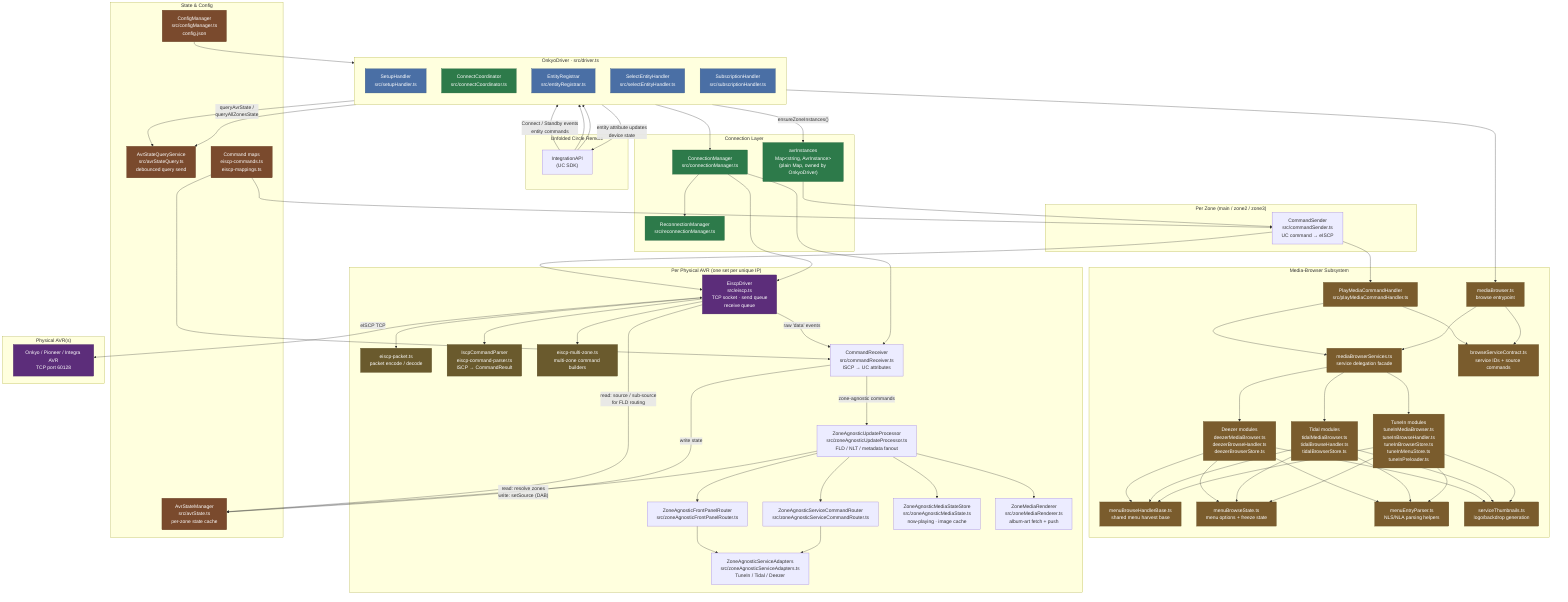
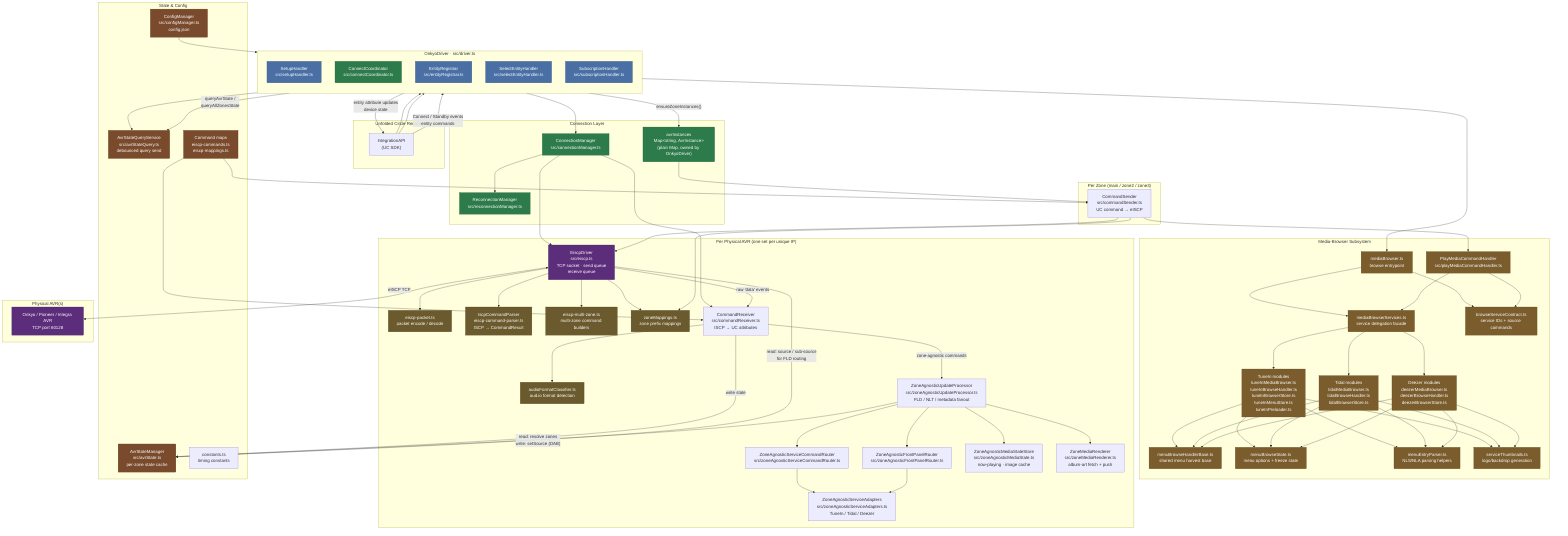
graph TB
    subgraph UC["Unfolded Circle Remote"]
        UCAPI["IntegrationAPI\n(UC SDK)"]
    end

    subgraph Driver["OnkyoDriver  ·  src/driver.ts"]
        direction TB
        SetupH["SetupHandler\nsrc/setupHandler.ts"]
        CC["ConnectCoordinator\nsrc/connectCoordinator.ts"]
        ER["EntityRegistrar\nsrc/entityRegistrar.ts"]
        SEH["SelectEntityHandler\nsrc/selectEntityHandler.ts"]
        SubH["SubscriptionHandler\nsrc/subscriptionHandler.ts"]
    end

    subgraph MediaBrowse["Media-Browser Subsystem"]
        MB["mediaBrowser.ts\nbrowse entrypoint"]
        MBSVC["mediaBrowserServices.ts\nservice delegation facade"]
        BSC["browseServiceContract.ts\nservice IDs + source commands"]
        PMCH["PlayMediaCommandHandler\nsrc/playMediaCommandHandler.ts"]
        MBASE["menuBrowseHandlerBase.ts\nshared menu harvest base"]
        MBSTATE["menuBrowseState.ts\nmenu options + freeze state"]
        MEP["menuEntryParser.ts\nNLS/NLA parsing helpers"]
        THUMB["serviceThumbnails.ts\nlogo/backdrop generation"]
        TIN["TuneIn modules\ntuneInMediaBrowser.ts\ntuneInBrowseHandler.ts\ntuneInBrowserStore.ts\ntuneInMenuStore.ts\ntuneInPreloader.ts"]
        TID["Tidal modules\ntidalMediaBrowser.ts\ntidalBrowseHandler.ts\ntidalBrowserStore.ts"]
        DEE["Deezer modules\ndeezerMediaBrowser.ts\ndeezerBrowseHandler.ts\ndeezerBrowserStore.ts"]
    end

    subgraph ConnLayer["Connection Layer"]
        CM["ConnectionManager\nsrc/connectionManager.ts"]
        RM["ReconnectionManager\nsrc/reconnectionManager.ts"]
        INSTANCES["avrInstances\nMap&lt;string, AvrInstance&gt;\n(plain Map, owned by OnkyoDriver)"]
    end

    subgraph PerAVR["Per Physical AVR  (one set per unique IP)"]
        EISCP["EiscpDriver\nsrc/eiscp.ts\nTCP socket · send queue\nreceive queue"]
        PKT["eiscp-packet.ts\npacket encode / decode"]
        PARSER["IscpCommandParser\neiscp-command-parser.ts\nISCP → CommandResult"]
        MZONE["eiscp-multi-zone.ts\nmulti-zone command builders"]
+         ZM["zoneMappings.ts\nzone prefix mappings"]
        CR["CommandReceiver\nsrc/commandReceiver.ts\nISCP → UC attributes"]
+         AFC["audioFormatClassifier.ts\naud.io format detection"]
        ZAUP["ZoneAgnosticUpdateProcessor\nsrc/zoneAgnosticUpdateProcessor.ts\nFLD / NLT / metadata fanout"]
        ZAFPR["ZoneAgnosticFrontPanelRouter\nsrc/zoneAgnosticFrontPanelRouter.ts"]
        ZASCR["ZoneAgnosticServiceCommandRouter\nsrc/zoneAgnosticServiceCommandRouter.ts"]
        ZASAD["ZoneAgnosticServiceAdapters\nsrc/zoneAgnosticServiceAdapters.ts\nTuneIn / Tidal / Deezer"]
        ZAMSS["ZoneAgnosticMediaStateStore\nsrc/zoneAgnosticMediaState.ts\nnow-playing · image cache"]
        ZMR["ZoneMediaRenderer\nsrc/zoneMediaRenderer.ts\nalbum-art fetch + push"]
    end

    subgraph PerZone["Per Zone  (main / zone2 / zone3)"]
        CS["CommandSender\nsrc/commandSender.ts\nUC command → eISCP"]
    end

    subgraph State["State & Config"]
        ASM["AvrStateManager\nsrc/avrState.ts\nper-zone state cache"]
        ASQ["AvrStateQueryService\nsrc/avrStateQuery.ts\ndebounced query send"]
        CFG["ConfigManager\nsrc/configManager.ts\nconfig.json"]
        MAPS["Command maps\neiscp-commands.ts\neiscp-mappings.ts"]
+         CONST["constants.ts\ntiming constants"]
    end

    subgraph AVR["Physical AVR(s)"]
        AVRBox["Onkyo / Pioneer / Integra AVR\nTCP port 60128"]
    end

    %% UC ↔ Driver
    UCAPI -- "Connect / Standby events\nentity commands" --> Driver
    Driver -- "entity attribute updates\ndevice state" --> UCAPI

    %% Driver internals
    UCAPI --> SetupH
    UCAPI --> CC
    CC --> CM
    CC -- "ensureZoneInstances()" --> INSTANCES
    Driver -- "queryAvrState /\nqueryAllZonesState" --> ASQ
    Driver --> MB

    %% Connection layer
    CM --> EISCP
    CM --> CR
    CM --> RM
    INSTANCES --> CS

    %% Browse subsystem wiring
    MB --> MBSVC
    MB --> BSC
    CS --> PMCH
    PMCH --> BSC
    PMCH --> MBSVC
    MBSVC --> TIN
    MBSVC --> TID
    MBSVC --> DEE
    TIN --> MBASE
    TID --> MBASE
    DEE --> MBASE
    TIN --> MBSTATE
    TID --> MBSTATE
    DEE --> MBSTATE
    TIN --> MEP
    TID --> MEP
    DEE --> MEP
    TIN --> THUMB
    TID --> THUMB
    DEE --> THUMB

    %% EiscpDriver sub-modules
    EISCP --> PKT
    EISCP --> PARSER
    EISCP --> MZONE
+     EISCP --> ZM

    %% Per-AVR: receive path
    EISCP -- "raw 'data' events" --> CR
+     CR --> AFC
    CR -- "zone-agnostic commands" --> ZAUP
    CR -- "write state" --> ASM
    ZAUP -- "read: resolve zones\nwrite: setSource (DAB)" --> ASM
    ZAUP --> ZAFPR
    ZAUP --> ZASCR
    ZASCR --> ZASAD
    ZAUP --> ZAMSS
    ZAUP --> ZMR
    ZAFPR --> ZASAD

    %% EiscpDriver reads state for FM/NET routing
    EISCP -- "read: source / sub-source\nfor FLD routing" --> ASM

    %% Per-zone: send path
    CS --> EISCP
+     CS --> ZM

    %% SubscriptionHandler queries AVR on subscribe
    SubH --> ASQ

    %% State & Config
    CFG --> Driver
    MAPS --> CR
    MAPS --> CS

    %% AVR TCP
    EISCP <-- "eISCP TCP" --> AVRBox

    %% Style
    classDef entry fill:#4a6fa5,color:#fff,stroke:#2d4e7a
    classDef conn fill:#2d7a4a,color:#fff,stroke:#1a5c34
    classDef data fill:#7a4a2d,color:#fff,stroke:#5c3419
    classDef avr fill:#5c2d7a,color:#fff,stroke:#3e1a5c
    classDef browse fill:#7a5c2d,color:#fff,stroke:#5c451a
    class CC,CM,RM,INSTANCES conn
    class ASM,ASQ,CFG,MAPS data
    class EISCP,AVRBox avr
-     class PKT,PARSER,MZONE util
+     class PKT,PARSER,MZONE,ZM util
    class SetupH,ER,SEH,SubH entry
    class MB,MBSVC,BSC,PMCH,MBASE,MBSTATE,MEP,THUMB,TIN,TID,DEE browse
    classDef util fill:#6a5a2d,color:#fff,stroke:#4e4219
+     class AFC util
